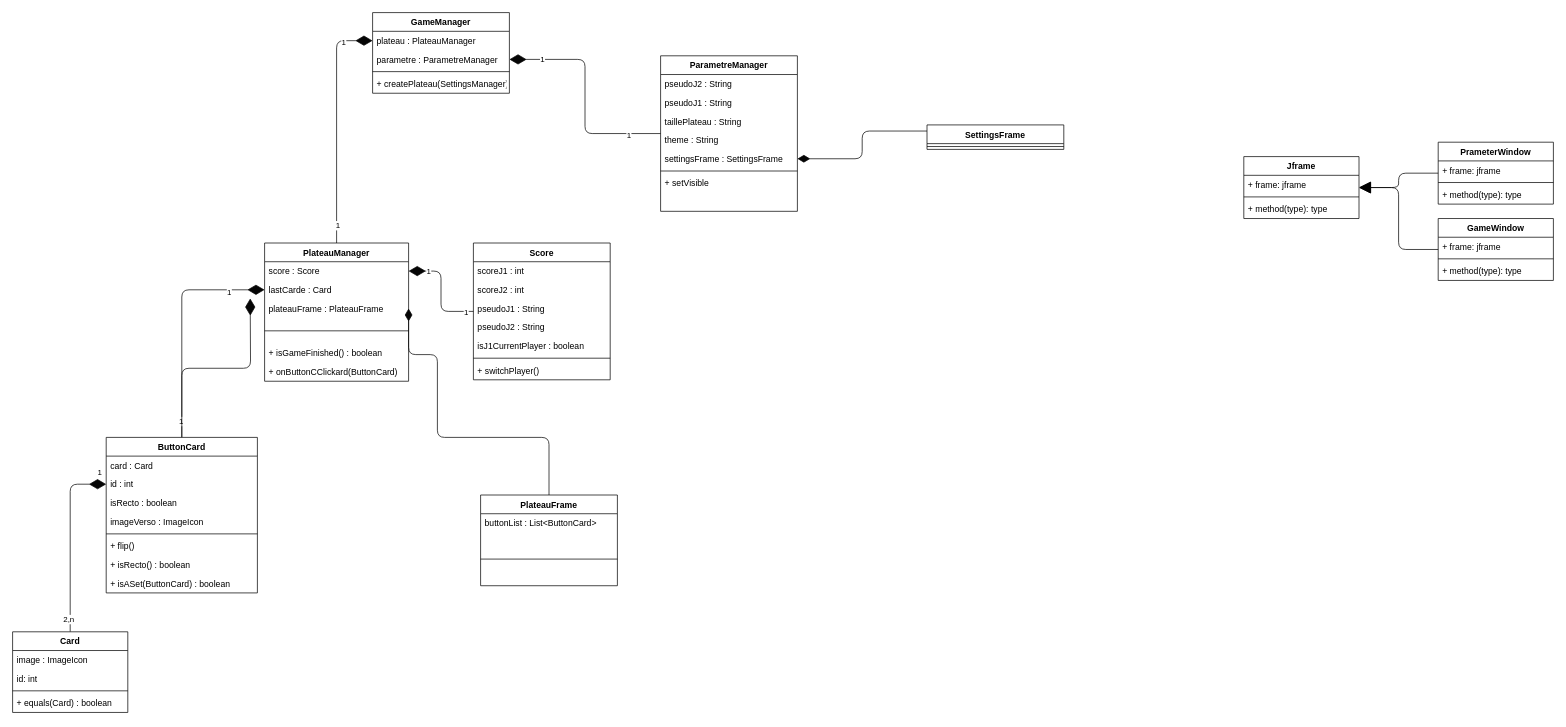
Above: Doc/UML/DiagrammeDeClass.drawio in FlorianSoler/Memory (draw.io), before the change. Source tidied: cells renumbered, new cells numbered last; positions are measured from the earlier drawing's top-left corner, leaving out a move shared by most shapes. Both pictures are drawn from the tidied source at 72%, with x=0, y=0 at pixel (12, 12).
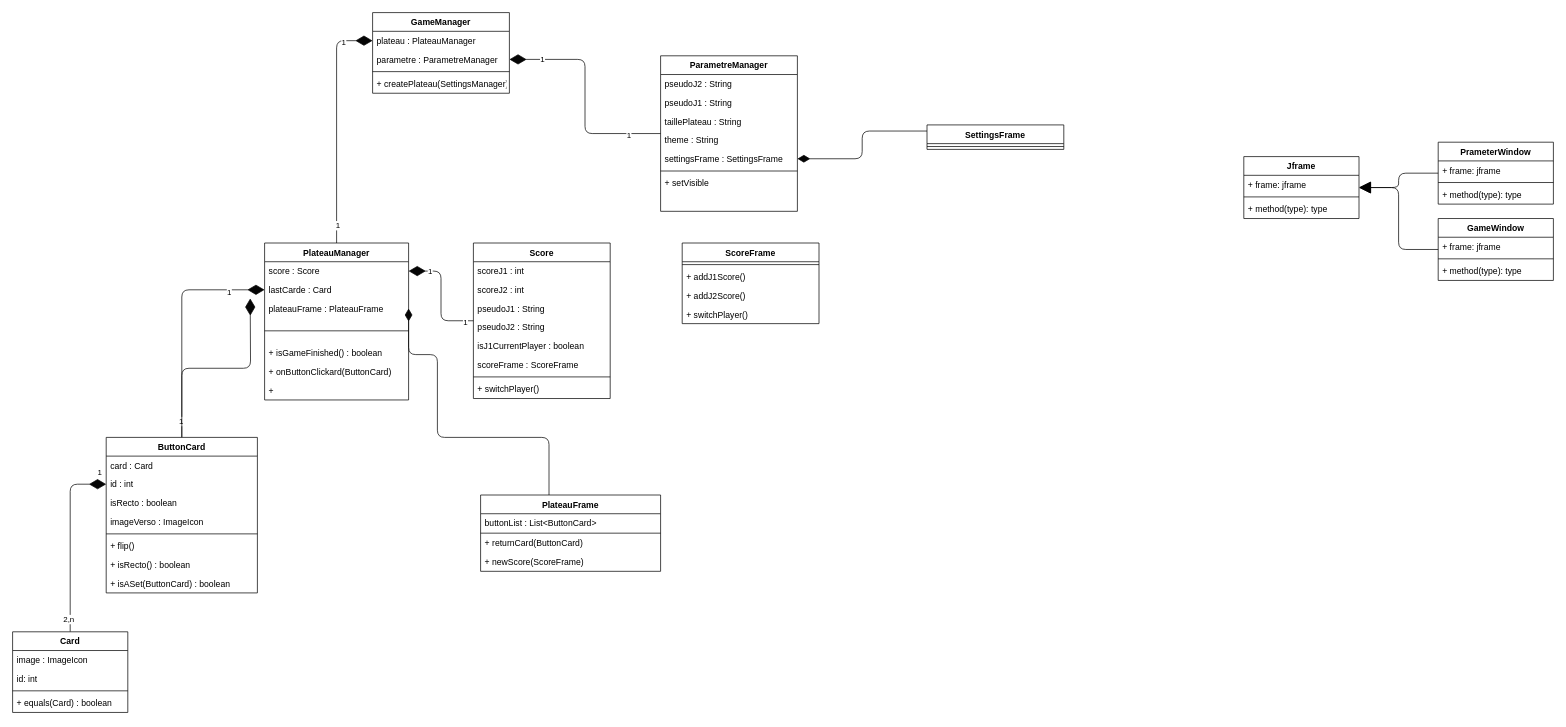
After the change.

Commit message:
feat(doc): score and plateau frames

The edit, as a diff of the source:
```diff
@@
     <mxCell id="40" value="PlateauManager" style="swimlane;fontStyle=1;align=center;verticalAlign=top;horizontal=1;startSize=26;" parent="1" vertex="1">
-      <mxGeometry x="350" y="320" width="200" height="192" as="geometry" />
+      <mxGeometry x="350" y="320" width="200" height="218" as="geometry" />
     </mxCell>
@@
-    <mxCell id="46" value="+ onButtonCClickard(ButtonCard) " style="text;strokeColor=none;fillColor=none;align=left;verticalAlign=top;spacingLeft=4;spacingRight=4;overflow=hidden;" parent="40" vertex="1">
+    <mxCell id="46" value="+ onButtonClickard(ButtonCard) " style="text;strokeColor=none;fillColor=none;align=left;verticalAlign=top;spacingLeft=4;spacingRight=4;overflow=hidden;" parent="40" vertex="1">
       <mxGeometry y="166" width="200" height="26" as="geometry" />
     </mxCell>
+    <mxCell id="82" value="+ " style="text;strokeColor=none;fillColor=none;align=left;verticalAlign=top;spacingLeft=4;spacingRight=4;overflow=hidden;" parent="40" vertex="1">
+      <mxGeometry y="192" width="200" height="26" as="geometry" />
+    </mxCell>
@@
     <mxCell id="50" value="Score" style="swimlane;fontStyle=1;align=center;verticalAlign=top;horizontal=1;startSize=26;" parent="1" vertex="1">
-      <mxGeometry x="640" y="320" width="190" height="190" as="geometry" />
+      <mxGeometry x="640" y="320" width="190" height="216" as="geometry" />
     </mxCell>
@@
+    <mxCell id="83" value="scoreFrame : ScoreFrame" style="text;strokeColor=none;fillColor=none;align=left;verticalAlign=top;spacingLeft=4;spacingRight=4;overflow=hidden;" parent="50" vertex="1">
+      <mxGeometry y="156" width="190" height="26" as="geometry" />
+    </mxCell>
     <mxCell id="56" style="line;strokeWidth=1;fillColor=none;align=left;verticalAlign=middle;spacingTop=-1;spacingLeft=3;spacingRight=3;labelPosition=right;strokeColor=inherit;" parent="50" vertex="1">
-      <mxGeometry y="156" width="190" height="8" as="geometry" />
+      <mxGeometry y="182" width="190" height="8" as="geometry" />
     </mxCell>
     <mxCell id="57" value="+ switchPlayer() " style="text;strokeColor=none;fillColor=none;align=left;verticalAlign=top;spacingLeft=4;spacingRight=4;overflow=hidden;" parent="50" vertex="1">
-      <mxGeometry y="164" width="190" height="26" as="geometry" />
+      <mxGeometry y="190" width="190" height="26" as="geometry" />
     </mxCell>
@@
     <mxCell id="79" value="PlateauFrame" style="swimlane;fontStyle=1;align=center;verticalAlign=top;horizontal=1;startSize=26;" parent="1" vertex="1">
-      <mxGeometry x="650" y="670" width="190" height="126" as="geometry" />
+      <mxGeometry x="650" y="670" width="250" height="106" as="geometry" />
     </mxCell>
     <mxCell id="80" value="buttonList : List&lt;ButtonCard&gt;" style="text;strokeColor=none;fillColor=none;align=left;verticalAlign=top;spacingLeft=4;spacingRight=4;overflow=hidden;" parent="79" vertex="1">
-      <mxGeometry y="26" width="190" height="26" as="geometry" />
+      <mxGeometry y="26" width="250" height="26" as="geometry" />
     </mxCell>
     <mxCell id="81" style="line;strokeWidth=1;fillColor=none;align=left;verticalAlign=middle;spacingTop=-1;spacingLeft=3;spacingRight=3;labelPosition=right;strokeColor=inherit;" parent="79" vertex="1">
-      <mxGeometry y="52" width="190" height="74" as="geometry" />
+      <mxGeometry y="52" width="250" height="2" as="geometry" />
     </mxCell>
+    <mxCell id="84" value="+ returnCard(ButtonCard) " style="text;strokeColor=none;fillColor=none;align=left;verticalAlign=top;spacingLeft=4;spacingRight=4;overflow=hidden;" parent="79" vertex="1">
+      <mxGeometry y="54" width="250" height="26" as="geometry" />
+    </mxCell>
+    <mxCell id="85" value="+ newScore(ScoreFrame)" style="text;strokeColor=none;fillColor=none;align=left;verticalAlign=top;spacingLeft=4;spacingRight=4;overflow=hidden;" parent="79" vertex="1">
+      <mxGeometry y="80" width="250" height="26" as="geometry" />
+    </mxCell>
+    <mxCell id="86" value="ScoreFrame" style="swimlane;fontStyle=1;align=center;verticalAlign=top;horizontal=1;startSize=26;" parent="1" vertex="1">
+      <mxGeometry x="930" y="320" width="190" height="112" as="geometry" />
+    </mxCell>
+    <mxCell id="87" style="line;strokeWidth=1;fillColor=none;align=left;verticalAlign=middle;spacingTop=-1;spacingLeft=3;spacingRight=3;labelPosition=right;strokeColor=inherit;" parent="86" vertex="1">
+      <mxGeometry y="26" width="190" height="8" as="geometry" />
+    </mxCell>
+    <mxCell id="88" value="+ addJ1Score()" style="text;strokeColor=none;fillColor=none;align=left;verticalAlign=top;spacingLeft=4;spacingRight=4;overflow=hidden;" parent="86" vertex="1">
+      <mxGeometry y="34" width="190" height="26" as="geometry" />
+    </mxCell>
+    <mxCell id="89" value="+ addJ2Score()" style="text;strokeColor=none;fillColor=none;align=left;verticalAlign=top;spacingLeft=4;spacingRight=4;overflow=hidden;" parent="86" vertex="1">
+      <mxGeometry y="60" width="190" height="26" as="geometry" />
+    </mxCell>
+    <mxCell id="90" value="+ switchPlayer()" style="text;strokeColor=none;fillColor=none;align=left;verticalAlign=top;spacingLeft=4;spacingRight=4;overflow=hidden;" parent="86" vertex="1">
+      <mxGeometry y="86" width="190" height="26" as="geometry" />
+    </mxCell>
```
